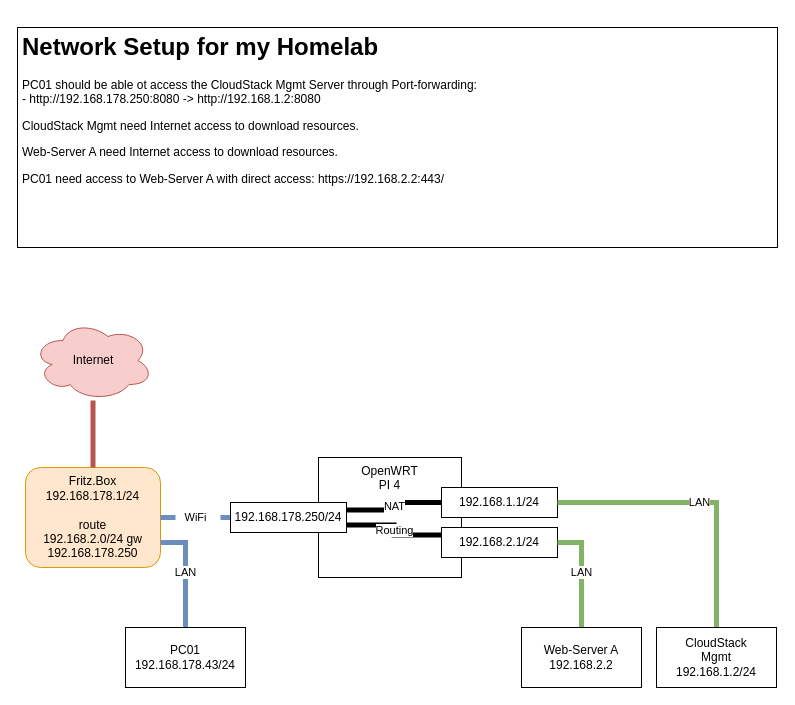
This is network-concept.drawio from snooops/dbaas-concept, a draw.io file, before an edit. Source tidied: cells renumbered, new cells numbered last; positions are measured from the earlier drawing's top-left corner, leaving out a move shared by most shapes. Both pictures are drawn from the tidied source at 100%, with x=0, y=0 at pixel (17, 27).
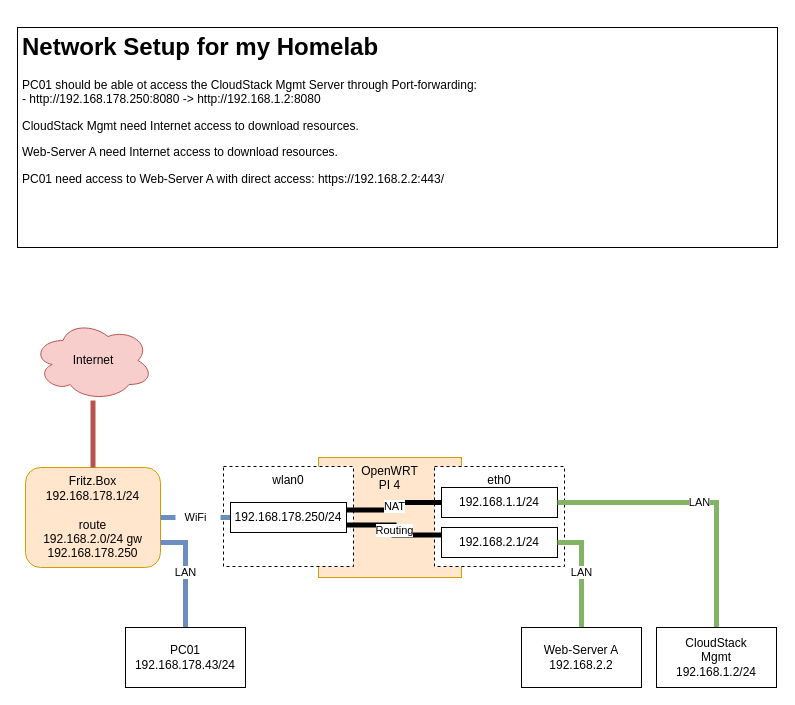
The same diagram, later.

What changed in the source:
```diff
@@
+    <mxCell id="5" value="&lt;div&gt;OpenWRT&lt;/div&gt;&lt;div&gt;PI 4&lt;/div&gt;" style="rounded=0;whiteSpace=wrap;html=1;verticalAlign=top;fillColor=#ffe6cc;strokeColor=#d79b00;" parent="1" vertex="1">
+      <mxGeometry x="301" y="430" width="143" height="120" as="geometry" />
+    </mxCell>
+    <mxCell id="19" value="wlan0" style="rounded=0;whiteSpace=wrap;html=1;strokeColor=default;fillColor=default;verticalAlign=top;dashed=1;" parent="1" vertex="1">
+      <mxGeometry x="206" y="439" width="130" height="100" as="geometry" />
+    </mxCell>
+    <mxCell id="20" value="eth0" style="rounded=0;whiteSpace=wrap;html=1;strokeColor=default;fillColor=default;verticalAlign=top;dashed=1;" parent="1" vertex="1">
+      <mxGeometry x="417" y="439" width="130" height="100" as="geometry" />
+    </mxCell>
@@
-    <mxCell id="5" value="&lt;div&gt;OpenWRT&lt;/div&gt;&lt;div&gt;PI 4&lt;/div&gt;" style="rounded=0;whiteSpace=wrap;html=1;verticalAlign=top;" parent="1" vertex="1">
-      <mxGeometry x="301" y="430" width="143" height="120" as="geometry" />
-    </mxCell>
```
